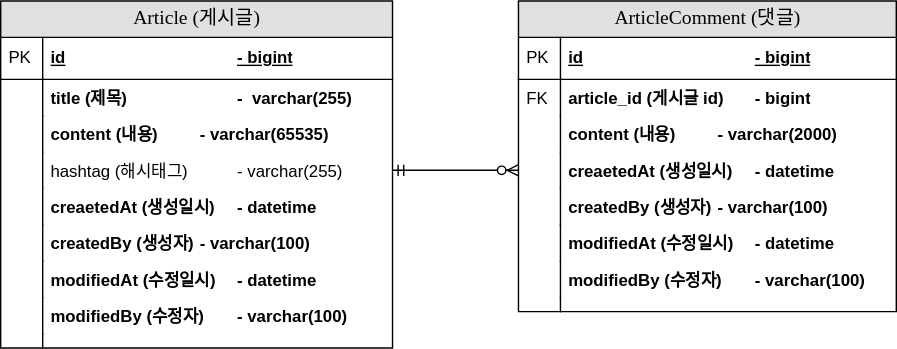
Above: document/project-board-erd.svg in y2gon2/fastcampus-project-board (draw.io), before the change. Source tidied: cells renumbered, new cells last; positions are measured from the earlier drawing's top-left corner, leaving out a move shared by most shapes. The source it was exported from:
```xml
<mxGraphModel>
  <root>
    <mxCell id="0" />
    <mxCell id="1" parent="0" />
    <mxCell id="2" value="Article (게시글)" style="swimlane;html=1;fontStyle=0;horizontal=1;startSize=26;fillColor=#e0e0e0;swimlaneFillColor=#ffffff;align=center;rounded=0;shadow=0;comic=0;labelBackgroundColor=none;strokeWidth=1;fontFamily=Verdana;fontSize=14;" parent="1" vertex="1">
      <mxGeometry width="280" height="248" as="geometry" />
    </mxCell>
    <mxCell id="3" value="id&lt;span style=&quot;white-space: pre;&quot;&gt;&#9;&lt;/span&gt;&lt;span style=&quot;white-space: pre;&quot;&gt;&#9;&lt;/span&gt;&lt;span style=&quot;white-space: pre;&quot;&gt;&#9;&lt;/span&gt;&lt;span style=&quot;white-space: pre;&quot;&gt;&#9;&lt;/span&gt;&lt;span style=&quot;white-space: pre;&quot;&gt;&#9;&lt;/span&gt;- bigint" style="shape=partialRectangle;top=0;left=0;right=0;bottom=1;html=1;align=left;verticalAlign=middle;fillColor=none;spacingLeft=34;spacingRight=4;whiteSpace=wrap;overflow=hidden;fontStyle=5;" parent="2" vertex="1">
      <mxGeometry y="26" width="280" height="30" as="geometry" />
    </mxCell>
    <mxCell id="4" value="PK" style="shape=partialRectangle;top=0;left=0;bottom=0;html=1;fillColor=none;align=left;verticalAlign=middle;spacingLeft=4;spacingRight=4;whiteSpace=wrap;overflow=hidden;" parent="3" vertex="1">
      <mxGeometry width="30" height="30" as="geometry" />
    </mxCell>
    <mxCell id="5" value="title (제목)&lt;span style=&quot;white-space: pre;&quot;&gt;&#9;&lt;/span&gt;&lt;span style=&quot;white-space: pre;&quot;&gt;&#9;&lt;/span&gt;&lt;span style=&quot;white-space: pre;&quot;&gt;&#9;&lt;/span&gt;-&amp;nbsp; varchar(255)" style="shape=partialRectangle;top=0;left=0;right=0;bottom=0;html=1;align=left;verticalAlign=top;fillColor=none;spacingLeft=34;spacingRight=4;whiteSpace=wrap;overflow=hidden;fontStyle=1;" parent="2" vertex="1">
      <mxGeometry y="56" width="280" height="26" as="geometry" />
    </mxCell>
    <mxCell id="6" style="shape=partialRectangle;top=0;left=0;bottom=0;html=1;fillColor=none;align=left;verticalAlign=top;spacingLeft=4;spacingRight=4;whiteSpace=wrap;overflow=hidden;" parent="5" vertex="1">
      <mxGeometry width="30" height="26" as="geometry" />
    </mxCell>
    <mxCell id="7" value="content (내용)&lt;span style=&quot;white-space: pre;&quot;&gt;&#9;&lt;/span&gt;&lt;span style=&quot;white-space: pre;&quot;&gt;&#9;&lt;/span&gt;- varchar(65535)" style="shape=partialRectangle;top=0;left=0;right=0;bottom=0;html=1;align=left;verticalAlign=top;fillColor=none;spacingLeft=34;spacingRight=4;whiteSpace=wrap;overflow=hidden;fontStyle=1;" parent="2" vertex="1">
      <mxGeometry y="82" width="280" height="26" as="geometry" />
    </mxCell>
    <mxCell id="8" style="shape=partialRectangle;top=0;left=0;bottom=0;html=1;fillColor=none;align=left;verticalAlign=top;spacingLeft=4;spacingRight=4;whiteSpace=wrap;overflow=hidden;" parent="7" vertex="1">
      <mxGeometry width="30" height="26" as="geometry" />
    </mxCell>
    <mxCell id="9" value="hashtag (해시태그)&amp;nbsp; &amp;nbsp;&lt;span style=&quot;white-space: pre;&quot;&gt;&#9;&lt;/span&gt;- varchar(255)" style="shape=partialRectangle;top=0;left=0;right=0;bottom=0;html=1;align=left;verticalAlign=top;fillColor=none;spacingLeft=34;spacingRight=4;whiteSpace=wrap;overflow=hidden;points=[[0,0.5],[1,0.5]];portConstraint=eastwest;" parent="2" vertex="1">
      <mxGeometry y="108" width="280" height="26" as="geometry" />
    </mxCell>
    <mxCell id="10" style="shape=partialRectangle;top=0;left=0;bottom=0;html=1;fillColor=none;align=left;verticalAlign=top;spacingLeft=4;spacingRight=4;whiteSpace=wrap;overflow=hidden;" parent="9" vertex="1">
      <mxGeometry width="30" height="26" as="geometry" />
    </mxCell>
    <mxCell id="11" value="creaetedAt (생성일시)&lt;span style=&quot;white-space: pre;&quot;&gt;&#9;&lt;/span&gt;- datetime" style="shape=partialRectangle;top=0;left=0;right=0;bottom=0;html=1;align=left;verticalAlign=top;fillColor=none;spacingLeft=34;spacingRight=4;whiteSpace=wrap;overflow=hidden;fontStyle=1;" parent="2" vertex="1">
      <mxGeometry y="134" width="280" height="26" as="geometry" />
    </mxCell>
    <mxCell id="12" style="shape=partialRectangle;top=0;left=0;bottom=0;html=1;fillColor=none;align=left;verticalAlign=top;spacingLeft=4;spacingRight=4;whiteSpace=wrap;overflow=hidden;" parent="11" vertex="1">
      <mxGeometry width="30" height="26" as="geometry" />
    </mxCell>
    <mxCell id="13" value="createdBy (생성자)&lt;span style=&quot;white-space: pre;&quot;&gt;&#9;&lt;/span&gt;- varchar(100)" style="shape=partialRectangle;top=0;left=0;right=0;bottom=0;html=1;align=left;verticalAlign=top;fillColor=none;spacingLeft=34;spacingRight=4;whiteSpace=wrap;overflow=hidden;fontStyle=1;" parent="2" vertex="1">
      <mxGeometry y="160" width="280" height="26" as="geometry" />
    </mxCell>
    <mxCell id="14" style="shape=partialRectangle;top=0;left=0;bottom=0;html=1;fillColor=none;align=left;verticalAlign=top;spacingLeft=4;spacingRight=4;whiteSpace=wrap;overflow=hidden;" parent="13" vertex="1">
      <mxGeometry width="30" height="26" as="geometry" />
    </mxCell>
    <mxCell id="15" value="modifiedAt (수정일시)&lt;span style=&quot;white-space: pre;&quot;&gt;&#9;&lt;/span&gt;- datetime" style="shape=partialRectangle;top=0;left=0;right=0;bottom=0;html=1;align=left;verticalAlign=top;fillColor=none;spacingLeft=34;spacingRight=4;whiteSpace=wrap;overflow=hidden;fontStyle=1;" parent="2" vertex="1">
      <mxGeometry y="186" width="280" height="26" as="geometry" />
    </mxCell>
    <mxCell id="16" style="shape=partialRectangle;top=0;left=0;bottom=0;html=1;fillColor=none;align=left;verticalAlign=top;spacingLeft=4;spacingRight=4;whiteSpace=wrap;overflow=hidden;" parent="15" vertex="1">
      <mxGeometry width="30" height="26" as="geometry" />
    </mxCell>
    <mxCell id="17" value="modifiedBy (수정자)&lt;span style=&quot;white-space: pre;&quot;&gt;&#9;&lt;/span&gt;- varchar(100)" style="shape=partialRectangle;top=0;left=0;right=0;bottom=0;html=1;align=left;verticalAlign=top;fillColor=none;spacingLeft=34;spacingRight=4;whiteSpace=wrap;overflow=hidden;fontStyle=1;" parent="2" vertex="1">
      <mxGeometry y="212" width="280" height="26" as="geometry" />
    </mxCell>
    <mxCell id="18" style="shape=partialRectangle;top=0;left=0;bottom=0;html=1;fillColor=none;align=left;verticalAlign=top;spacingLeft=4;spacingRight=4;whiteSpace=wrap;overflow=hidden;" parent="17" vertex="1">
      <mxGeometry width="30" height="26" as="geometry" />
    </mxCell>
    <mxCell id="19" style="shape=partialRectangle;top=0;left=0;right=0;bottom=0;html=1;align=left;verticalAlign=top;fillColor=none;spacingLeft=34;spacingRight=4;whiteSpace=wrap;overflow=hidden;" parent="2" vertex="1">
      <mxGeometry y="238" width="280" height="10" as="geometry" />
    </mxCell>
    <mxCell id="20" style="shape=partialRectangle;top=0;left=0;bottom=0;html=1;fillColor=none;align=left;verticalAlign=top;spacingLeft=4;spacingRight=4;whiteSpace=wrap;overflow=hidden;" parent="19" vertex="1">
      <mxGeometry width="30" height="10" as="geometry" />
    </mxCell>
    <mxCell id="21" value="ArticleComment (댓글)" style="swimlane;html=1;fontStyle=0;horizontal=1;startSize=26;fillColor=#e0e0e0;swimlaneFillColor=#ffffff;align=center;rounded=0;shadow=0;comic=0;labelBackgroundColor=none;strokeWidth=1;fontFamily=Verdana;fontSize=14;" parent="1" vertex="1">
      <mxGeometry x="370" width="270" height="222" as="geometry" />
    </mxCell>
    <mxCell id="22" value="id&lt;span style=&quot;white-space: pre;&quot;&gt;&#9;&lt;/span&gt;&lt;span style=&quot;white-space: pre;&quot;&gt;&#9;&lt;/span&gt;&lt;span style=&quot;white-space: pre;&quot;&gt;&#9;&lt;/span&gt;&lt;span style=&quot;white-space: pre;&quot;&gt;&#9;&lt;/span&gt;&lt;span style=&quot;white-space: pre;&quot;&gt;&#9;&lt;/span&gt;- bigint" style="shape=partialRectangle;top=0;left=0;right=0;bottom=1;html=1;align=left;verticalAlign=middle;fillColor=none;spacingLeft=34;spacingRight=4;whiteSpace=wrap;overflow=hidden;fontStyle=5;" parent="21" vertex="1">
      <mxGeometry y="26" width="270" height="30" as="geometry" />
    </mxCell>
    <mxCell id="23" value="PK" style="shape=partialRectangle;top=0;left=0;bottom=0;html=1;fillColor=none;align=left;verticalAlign=middle;spacingLeft=4;spacingRight=4;whiteSpace=wrap;overflow=hidden;" parent="22" vertex="1">
      <mxGeometry width="30" height="30" as="geometry" />
    </mxCell>
    <mxCell id="24" value="article_id (게시글 id)&lt;span style=&quot;white-space: pre;&quot;&gt;&#9;&lt;/span&gt;- bigint" style="shape=partialRectangle;top=0;left=0;right=0;bottom=0;html=1;align=left;verticalAlign=top;fillColor=none;spacingLeft=34;spacingRight=4;whiteSpace=wrap;overflow=hidden;fontStyle=1;" parent="21" vertex="1">
      <mxGeometry y="56" width="270" height="26" as="geometry" />
    </mxCell>
    <mxCell id="25" value="FK" style="shape=partialRectangle;top=0;left=0;bottom=0;html=1;fillColor=none;align=left;verticalAlign=top;spacingLeft=4;spacingRight=4;whiteSpace=wrap;overflow=hidden;" parent="24" vertex="1">
      <mxGeometry width="30" height="26" as="geometry" />
    </mxCell>
    <mxCell id="26" value="content (내용)&lt;span style=&quot;white-space: pre;&quot;&gt;&#9;&lt;/span&gt;&lt;span style=&quot;white-space: pre;&quot;&gt;&#9;&lt;/span&gt;- varchar(2000)" style="shape=partialRectangle;top=0;left=0;right=0;bottom=0;html=1;align=left;verticalAlign=top;fillColor=none;spacingLeft=34;spacingRight=4;whiteSpace=wrap;overflow=hidden;fontStyle=1;" parent="21" vertex="1">
      <mxGeometry y="82" width="270" height="26" as="geometry" />
    </mxCell>
    <mxCell id="27" style="shape=partialRectangle;top=0;left=0;bottom=0;html=1;fillColor=none;align=left;verticalAlign=top;spacingLeft=4;spacingRight=4;whiteSpace=wrap;overflow=hidden;" parent="26" vertex="1">
      <mxGeometry width="30" height="26" as="geometry" />
    </mxCell>
    <mxCell id="28" value="creaetedAt (생성일시)&lt;span style=&quot;white-space: pre;&quot;&gt;&#9;&lt;/span&gt;- datetime" style="shape=partialRectangle;top=0;left=0;right=0;bottom=0;html=1;align=left;verticalAlign=top;fillColor=none;spacingLeft=34;spacingRight=4;whiteSpace=wrap;overflow=hidden;points=[[0,0.5],[1,0.5]];portConstraint=eastwest;fontStyle=1;" parent="21" vertex="1">
      <mxGeometry y="108" width="270" height="26" as="geometry" />
    </mxCell>
    <mxCell id="29" style="shape=partialRectangle;top=0;left=0;bottom=0;html=1;fillColor=none;align=left;verticalAlign=top;spacingLeft=4;spacingRight=4;whiteSpace=wrap;overflow=hidden;" parent="28" vertex="1">
      <mxGeometry width="30" height="26" as="geometry" />
    </mxCell>
    <mxCell id="30" value="createdBy (생성자)&lt;span style=&quot;white-space: pre;&quot;&gt;&#9;&lt;/span&gt;- varchar(100)" style="shape=partialRectangle;top=0;left=0;right=0;bottom=0;html=1;align=left;verticalAlign=top;fillColor=none;spacingLeft=34;spacingRight=4;whiteSpace=wrap;overflow=hidden;fontStyle=1;" parent="21" vertex="1">
      <mxGeometry y="134" width="270" height="26" as="geometry" />
    </mxCell>
    <mxCell id="31" style="shape=partialRectangle;top=0;left=0;bottom=0;html=1;fillColor=none;align=left;verticalAlign=top;spacingLeft=4;spacingRight=4;whiteSpace=wrap;overflow=hidden;" parent="30" vertex="1">
      <mxGeometry width="30" height="26" as="geometry" />
    </mxCell>
    <mxCell id="32" value="modifiedAt (수정일시)&#9;&lt;span style=&quot;white-space: pre;&quot;&gt;&#9;&lt;/span&gt;- datetime" style="shape=partialRectangle;top=0;left=0;right=0;bottom=0;html=1;align=left;verticalAlign=top;fillColor=none;spacingLeft=34;spacingRight=4;whiteSpace=wrap;overflow=hidden;fontStyle=1;" parent="21" vertex="1">
      <mxGeometry y="160" width="270" height="26" as="geometry" />
    </mxCell>
    <mxCell id="33" style="shape=partialRectangle;top=0;left=0;bottom=0;html=1;fillColor=none;align=left;verticalAlign=top;spacingLeft=4;spacingRight=4;whiteSpace=wrap;overflow=hidden;" parent="32" vertex="1">
      <mxGeometry width="30" height="26" as="geometry" />
    </mxCell>
    <mxCell id="34" value="modifiedBy (수정자)&lt;span style=&quot;white-space: pre;&quot;&gt;&#9;&lt;/span&gt;- varchar(100)" style="shape=partialRectangle;top=0;left=0;right=0;bottom=0;html=1;align=left;verticalAlign=top;fillColor=none;spacingLeft=34;spacingRight=4;whiteSpace=wrap;overflow=hidden;fontStyle=1;" parent="21" vertex="1">
      <mxGeometry y="186" width="270" height="26" as="geometry" />
    </mxCell>
    <mxCell id="35" style="shape=partialRectangle;top=0;left=0;bottom=0;html=1;fillColor=none;align=left;verticalAlign=top;spacingLeft=4;spacingRight=4;whiteSpace=wrap;overflow=hidden;" parent="34" vertex="1">
      <mxGeometry width="30" height="26" as="geometry" />
    </mxCell>
    <mxCell id="36" style="shape=partialRectangle;top=0;left=0;right=0;bottom=0;html=1;align=left;verticalAlign=top;fillColor=none;spacingLeft=34;spacingRight=4;whiteSpace=wrap;overflow=hidden;" parent="21" vertex="1">
      <mxGeometry y="212" width="270" height="10" as="geometry" />
    </mxCell>
    <mxCell id="37" style="shape=partialRectangle;top=0;left=0;bottom=0;html=1;fillColor=none;align=left;verticalAlign=top;spacingLeft=4;spacingRight=4;whiteSpace=wrap;overflow=hidden;" parent="36" vertex="1">
      <mxGeometry width="30" height="10" as="geometry" />
    </mxCell>
    <mxCell id="38" style="edgeStyle=entityRelationEdgeStyle;fontSize=12;html=1;endArrow=ERzeroToMany;startArrow=ERmandOne;rounded=0;exitX=1;exitY=0.5;exitDx=0;exitDy=0;entryX=0;entryY=0.5;entryDx=0;entryDy=0;" parent="1" edge="1" source="9" target="28">
      <mxGeometry relative="1" as="geometry" />
    </mxCell>
  </root>
</mxGraphModel>
```
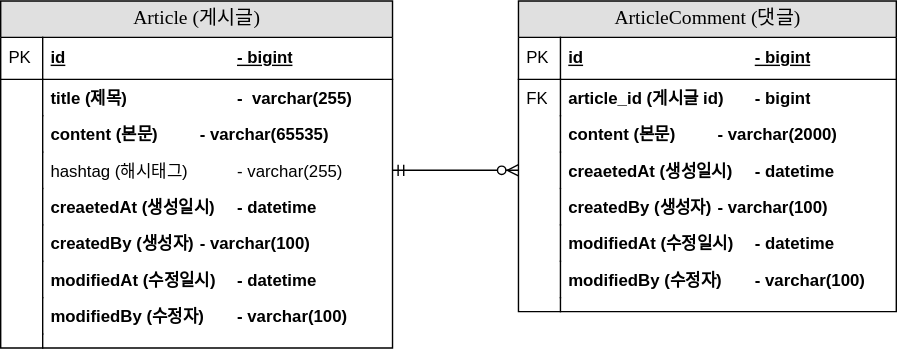
Above is the later version.

Commit message:
project-board-erd.svg  내용 -> 본문 수정

Change to the diagram source:
```diff
@@ -17,7 +17,7 @@
     <mxCell id="6" style="shape=partialRectangle;top=0;left=0;bottom=0;html=1;fillColor=none;align=left;verticalAlign=top;spacingLeft=4;spacingRight=4;whiteSpace=wrap;overflow=hidden;" parent="5" vertex="1">
       <mxGeometry width="30" height="26" as="geometry" />
     </mxCell>
-    <mxCell id="7" value="content (내용)&lt;span style=&quot;white-space: pre;&quot;&gt;&#9;&lt;/span&gt;&lt;span style=&quot;white-space: pre;&quot;&gt;&#9;&lt;/span&gt;- varchar(65535)" style="shape=partialRectangle;top=0;left=0;right=0;bottom=0;html=1;align=left;verticalAlign=top;fillColor=none;spacingLeft=34;spacingRight=4;whiteSpace=wrap;overflow=hidden;fontStyle=1;" parent="2" vertex="1">
+    <mxCell id="7" value="content (본문)&lt;span style=&quot;white-space: pre;&quot;&gt;&#9;&lt;/span&gt;&lt;span style=&quot;white-space: pre;&quot;&gt;&#9;&lt;/span&gt;- varchar(65535)" style="shape=partialRectangle;top=0;left=0;right=0;bottom=0;html=1;align=left;verticalAlign=top;fillColor=none;spacingLeft=34;spacingRight=4;whiteSpace=wrap;overflow=hidden;fontStyle=1;" parent="2" vertex="1">
       <mxGeometry y="82" width="280" height="26" as="geometry" />
     </mxCell>
     <mxCell id="8" style="shape=partialRectangle;top=0;left=0;bottom=0;html=1;fillColor=none;align=left;verticalAlign=top;spacingLeft=4;spacingRight=4;whiteSpace=wrap;overflow=hidden;" parent="7" vertex="1">
@@ -74,7 +74,7 @@
     <mxCell id="25" value="FK" style="shape=partialRectangle;top=0;left=0;bottom=0;html=1;fillColor=none;align=left;verticalAlign=top;spacingLeft=4;spacingRight=4;whiteSpace=wrap;overflow=hidden;" parent="24" vertex="1">
       <mxGeometry width="30" height="26" as="geometry" />
     </mxCell>
-    <mxCell id="26" value="content (내용)&lt;span style=&quot;white-space: pre;&quot;&gt;&#9;&lt;/span&gt;&lt;span style=&quot;white-space: pre;&quot;&gt;&#9;&lt;/span&gt;- varchar(2000)" style="shape=partialRectangle;top=0;left=0;right=0;bottom=0;html=1;align=left;verticalAlign=top;fillColor=none;spacingLeft=34;spacingRight=4;whiteSpace=wrap;overflow=hidden;fontStyle=1;" parent="21" vertex="1">
+    <mxCell id="26" value="content (본문)&lt;span style=&quot;white-space: pre;&quot;&gt;&#9;&lt;/span&gt;&lt;span style=&quot;white-space: pre;&quot;&gt;&#9;&lt;/span&gt;- varchar(2000)" style="shape=partialRectangle;top=0;left=0;right=0;bottom=0;html=1;align=left;verticalAlign=top;fillColor=none;spacingLeft=34;spacingRight=4;whiteSpace=wrap;overflow=hidden;fontStyle=1;" parent="21" vertex="1">
       <mxGeometry y="82" width="270" height="26" as="geometry" />
     </mxCell>
     <mxCell id="27" style="shape=partialRectangle;top=0;left=0;bottom=0;html=1;fillColor=none;align=left;verticalAlign=top;spacingLeft=4;spacingRight=4;whiteSpace=wrap;overflow=hidden;" parent="26" vertex="1">
```
